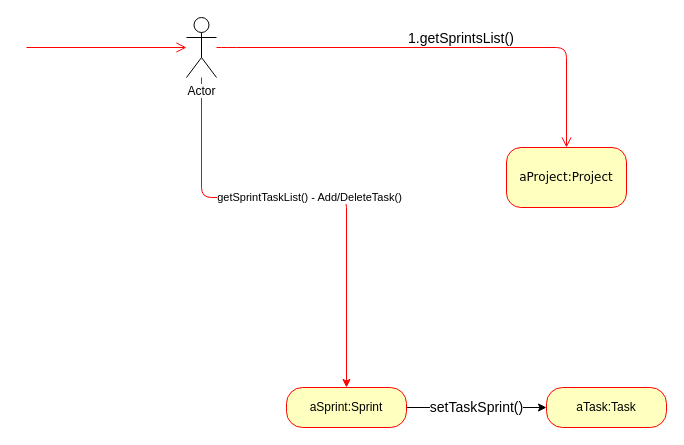
The draw.io diagram Behavioral Modeling/Scrum Master Com Diagrams - Manage Sprint Tasks.drawio in amirabbas8/ScrumOfficer, before the edit. Source tidied: cells renumbered, new cells numbered last; positions are measured from the earlier drawing's top-left corner, leaving out a move shared by most shapes. Both pictures are drawn from the tidied source at 100%, with x=0, y=0 at pixel (26, 17).
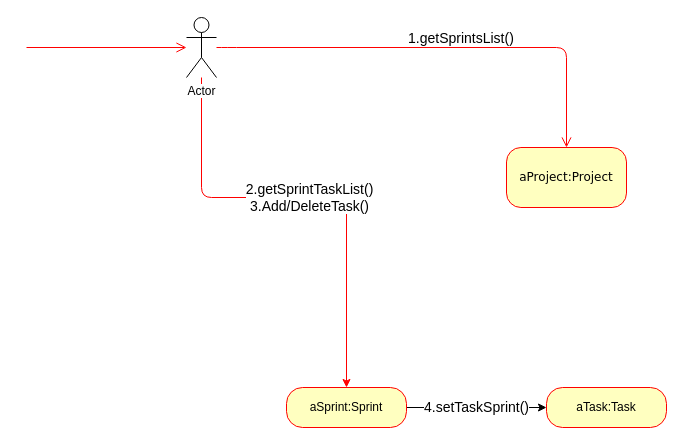
The same page after the edit.

Diff of the diagram source:
```diff
@@
 <mxGraphModel>
   <root>
     <mxCell id="0" />
     <mxCell id="1" parent="0" />
     <mxCell id="2" value="aProject:Project" style="rounded=1;whiteSpace=wrap;html=1;arcSize=24;fillColor=#ffffc0;strokeColor=#ff0000;shadow=0;comic=0;labelBackgroundColor=none;fontFamily=Verdana;fontSize=12;fontColor=#000000;align=center;" parent="1" vertex="1">
       <mxGeometry x="480" y="130" width="120" height="60" as="geometry" />
     </mxCell>
     <mxCell id="3" style="edgeStyle=orthogonalEdgeStyle;html=1;labelBackgroundColor=none;endArrow=open;endSize=8;strokeColor=#ff0000;fontFamily=Verdana;fontSize=12;align=left;" parent="1" edge="1">
       <mxGeometry relative="1" as="geometry">
         <mxPoint y="30" as="sourcePoint" />
         <mxPoint x="160" y="30" as="targetPoint" />
       </mxGeometry>
     </mxCell>
     <mxCell id="4" style="edgeStyle=orthogonalEdgeStyle;html=1;labelBackgroundColor=none;endArrow=open;endSize=8;strokeColor=#ff0000;fontFamily=Verdana;fontSize=12;align=left;" parent="1" edge="1" target="2">
       <mxGeometry relative="1" as="geometry">
         <mxPoint x="190" y="30" as="sourcePoint" />
         <Array as="points">
           <mxPoint x="200" y="30" />
           <mxPoint x="320" y="30" />
         </Array>
       </mxGeometry>
     </mxCell>
-    <mxCell id="5" value="getSprintTaskList() - Add/DeleteTask()" style="edgeStyle=orthogonalEdgeStyle;rounded=1;jettySize=auto;html=1;entryX=0.5;entryY=0;entryDx=0;entryDy=0;strokeColor=#FF0000;" parent="1" edge="1" source="6" target="9">
+    <mxCell id="5" value="2.getSprintTaskList() &lt;br style=&quot;font-size: 14px;&quot;&gt;3.Add/DeleteTask()" style="edgeStyle=orthogonalEdgeStyle;rounded=1;jettySize=auto;html=1;entryX=0.5;entryY=0;entryDx=0;entryDy=0;strokeColor=#FF0000;fontSize=14;" parent="1" edge="1" source="6" target="9">
       <mxGeometry relative="1" as="geometry">
         <Array as="points">
           <mxPoint x="175" y="180" />
           <mxPoint x="320" y="180" />
         </Array>
       </mxGeometry>
     </mxCell>
     <mxCell id="6" value="Actor" style="shape=umlActor;verticalLabelPosition=bottom;labelBackgroundColor=#ffffff;verticalAlign=top;html=1;outlineConnect=0;" parent="1" vertex="1">
       <mxGeometry x="160" width="30" height="60" as="geometry" />
     </mxCell>
     <mxCell id="7" value="&lt;font style=&quot;font-size: 14px;&quot;&gt;1.getSprintsList()&lt;/font&gt;" style="text;html=1;align=left;verticalAlign=top;spacingTop=-4;fontSize=14;" parent="1" vertex="1">
       <mxGeometry x="380" y="10" width="90" height="20" as="geometry" />
     </mxCell>
-    <mxCell id="8" value="setTaskSprint()" style="edgeStyle=orthogonalEdgeStyle;rounded=0;jettySize=auto;html=1;fontSize=14;" parent="1" edge="1" source="9" target="10">
+    <mxCell id="8" value="4.setTaskSprint()" style="edgeStyle=orthogonalEdgeStyle;rounded=0;jettySize=auto;html=1;fontSize=14;" parent="1" edge="1" source="9" target="10">
       <mxGeometry relative="1" as="geometry" />
     </mxCell>
     <mxCell id="9" value="aSprint:Sprint" style="rounded=1;whiteSpace=wrap;html=1;arcSize=40;fontColor=#000000;fillColor=#ffffc0;strokeColor=#ff0000;" parent="1" vertex="1">
       <mxGeometry x="260" y="370" width="120" height="40" as="geometry" />
     </mxCell>
     <mxCell id="10" value="aTask:Task" style="rounded=1;whiteSpace=wrap;html=1;arcSize=40;fontColor=#000000;fillColor=#ffffc0;strokeColor=#ff0000;" parent="1" vertex="1">
       <mxGeometry x="520" y="370" width="120" height="40" as="geometry" />
     </mxCell>
   </root>
 </mxGraphModel>
```
